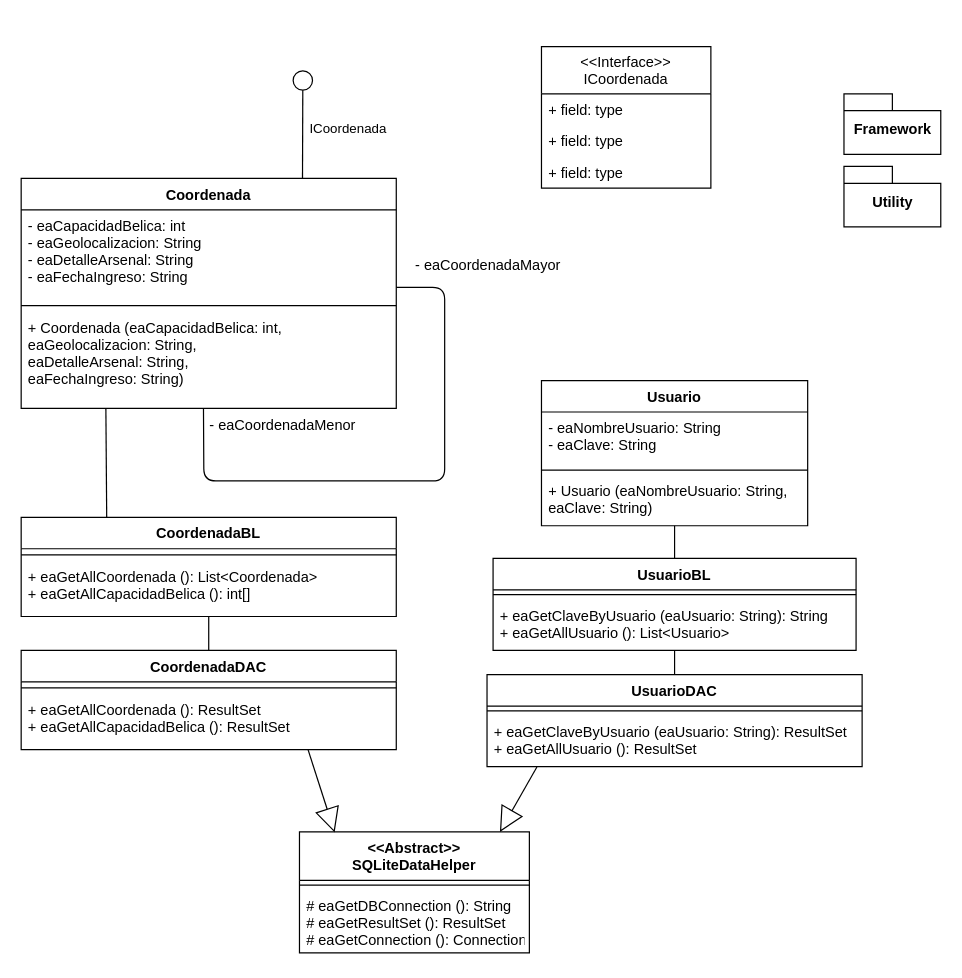
Above: design/UML.drawio in emilioale04/emilio.armas-epn.edu.ec (draw.io), before the change. Source tidied: cells renumbered, new cells numbered last; positions are measured from the earlier drawing's top-left corner, leaving out a move shared by most shapes. Both pictures are drawn from the tidied source at 121%, with x=0, y=0 at pixel (21, 46).
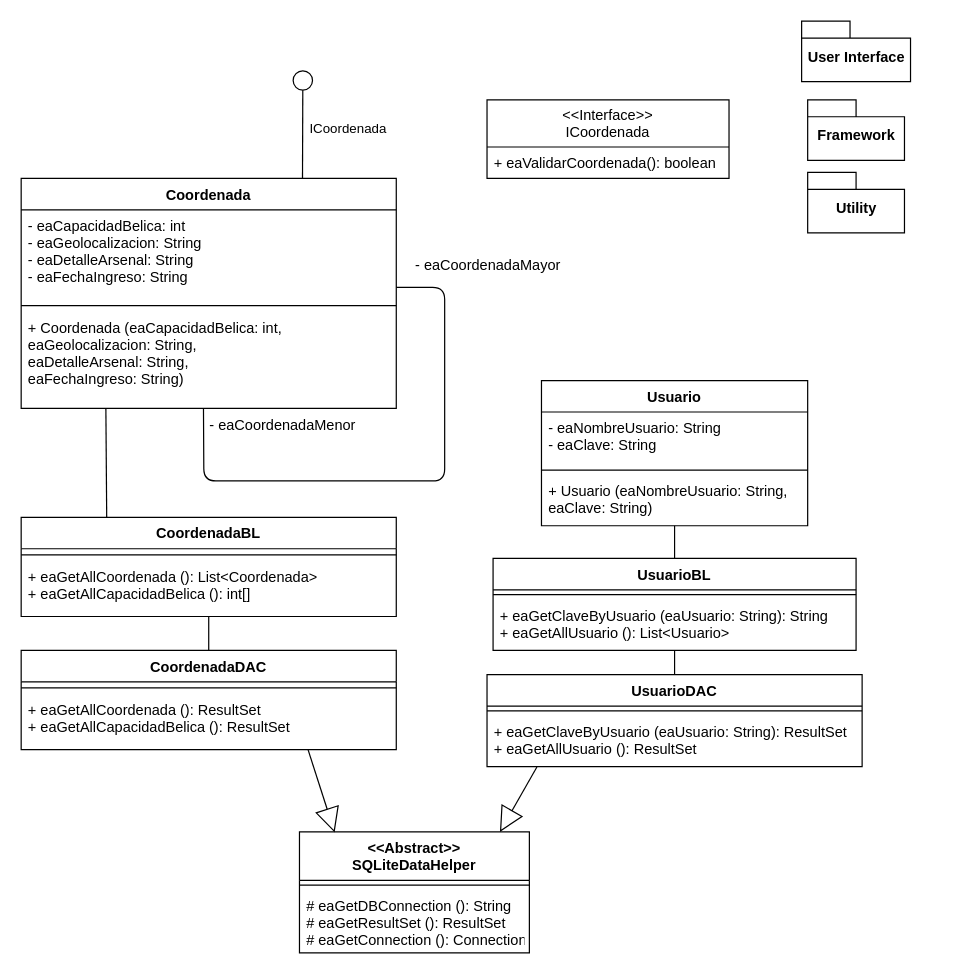
Above is the later version.

Diff of the diagram source:
```diff
@@
     <mxCell id="36" value="Framework" style="shape=folder;fontStyle=1;spacingTop=10;tabWidth=40;tabHeight=14;tabPosition=left;html=1;" parent="1" vertex="1">
-      <mxGeometry x="680" y="39" width="80" height="50" as="geometry" />
+      <mxGeometry x="650" y="44" width="80" height="50" as="geometry" />
     </mxCell>
     <mxCell id="37" value="Utility" style="shape=folder;fontStyle=1;spacingTop=10;tabWidth=40;tabHeight=14;tabPosition=left;html=1;" parent="1" vertex="1">
-      <mxGeometry x="680" y="99" width="80" height="50" as="geometry" />
+      <mxGeometry x="650" y="104" width="80" height="50" as="geometry" />
     </mxCell>
     <mxCell id="38" value="&lt;&lt;Interface&gt;&gt;&#10;ICoordenada" style="swimlane;fontStyle=0;horizontal=1;startSize=39;fillColor=none;" parent="1" vertex="1">
-      <mxGeometry x="430" width="140" height="117" as="geometry" />
+      <mxGeometry x="385" y="44" width="200" height="65" as="geometry" />
     </mxCell>
-    <mxCell id="39" value="+ field: type" style="text;strokeColor=none;fillColor=none;align=left;verticalAlign=top;spacingLeft=4;spacingRight=4;overflow=hidden;" parent="38" vertex="1">
-      <mxGeometry y="39" width="140" height="26" as="geometry" />
+    <mxCell id="39" value="+ eaValidarCoordenada(): boolean" style="text;strokeColor=none;fillColor=none;align=left;verticalAlign=top;spacingLeft=4;spacingRight=4;overflow=hidden;" parent="38" vertex="1">
+      <mxGeometry y="39" width="200" height="26" as="geometry" />
     </mxCell>
-    <mxCell id="40" value="+ field: type" style="text;strokeColor=none;fillColor=none;align=left;verticalAlign=top;spacingLeft=4;spacingRight=4;overflow=hidden;" parent="38" vertex="1">
-      <mxGeometry y="65" width="140" height="26" as="geometry" />
-    </mxCell>
-    <mxCell id="41" value="+ field: type" style="text;strokeColor=none;fillColor=none;align=left;verticalAlign=top;spacingLeft=4;spacingRight=4;overflow=hidden;" parent="38" vertex="1">
-      <mxGeometry y="91" width="140" height="26" as="geometry" />
-    </mxCell>
+    <mxCell id="42" value="User Interface" style="shape=folder;fontStyle=1;spacingTop=10;tabWidth=40;tabHeight=14;tabPosition=left;html=1;" parent="1" vertex="1">
+      <mxGeometry x="645" y="-21" width="90" height="50" as="geometry" />
+    </mxCell>
```
